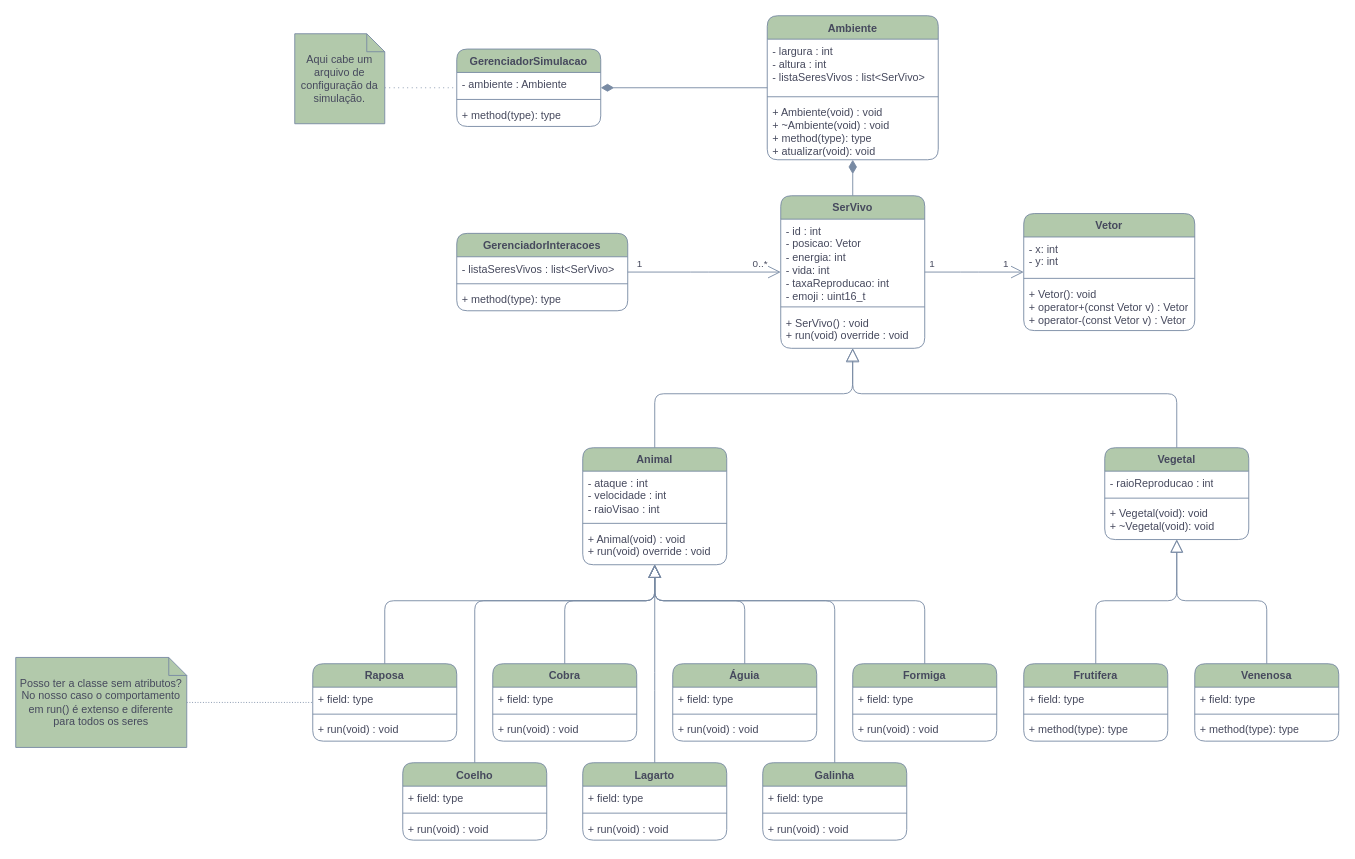
The draw.io diagram Diagramas/diagramas.drawio in robson1622/SimulacaoBiologica, before the edit. Source tidied: cells renumbered, new cells numbered last; positions are measured from the earlier drawing's top-left corner, leaving out a move shared by most shapes. Both pictures are drawn from the tidied source at 90%, with x=0, y=0 at pixel (15, 15).
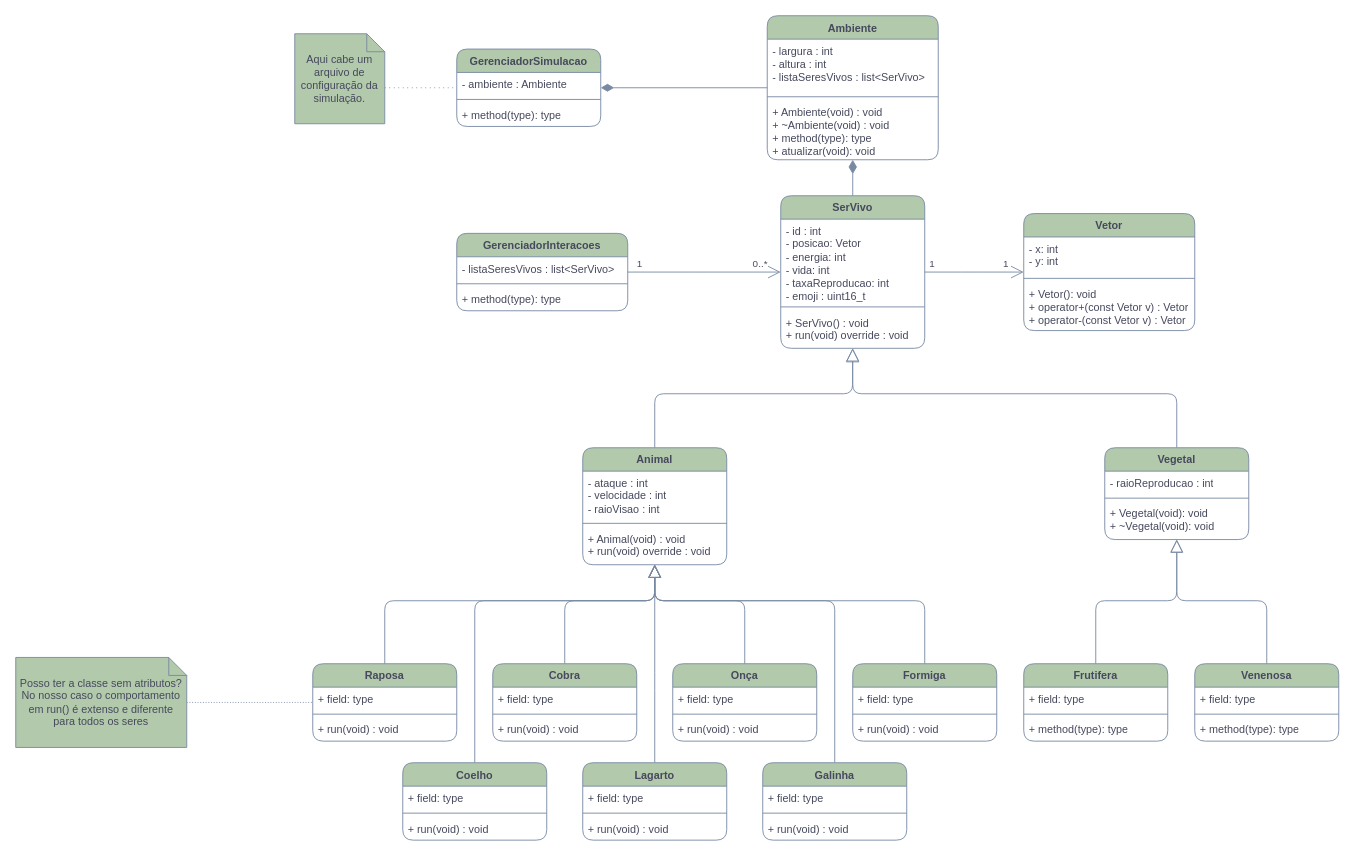
After the change.

The edit, as a diff of the source:
```diff
@@
-    <mxCell id="44" value="Águia" style="swimlane;fontStyle=1;align=center;verticalAlign=top;horizontal=1;startSize=26;whiteSpace=wrap;html=1;rounded=1;labelBackgroundColor=none;fillColor=#B2C9AB;strokeColor=#788AA3;fontColor=#46495D;" parent="1" vertex="1">
+    <mxCell id="44" value="Onça" style="swimlane;fontStyle=1;align=center;verticalAlign=top;horizontal=1;startSize=26;whiteSpace=wrap;html=1;rounded=1;labelBackgroundColor=none;fillColor=#B2C9AB;strokeColor=#788AA3;fontColor=#46495D;" parent="1" vertex="1">
       <mxGeometry x="730" y="720" width="160" height="86" as="geometry" />
     </mxCell>
```
